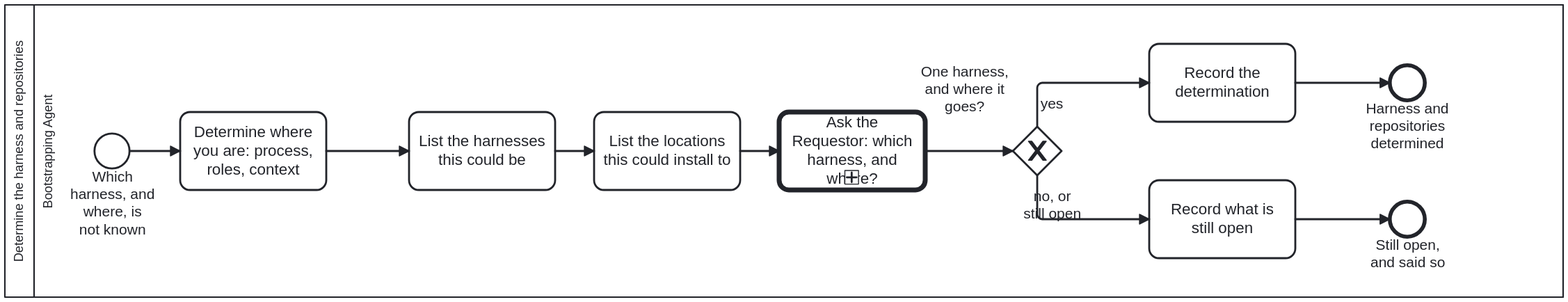
This is processes/discussion.svg from litlfred/bootstrap, a BPMN export, as it was before one commit. Its source is kept beside it as processes/discussion.bpmn. Ids are renumbered.
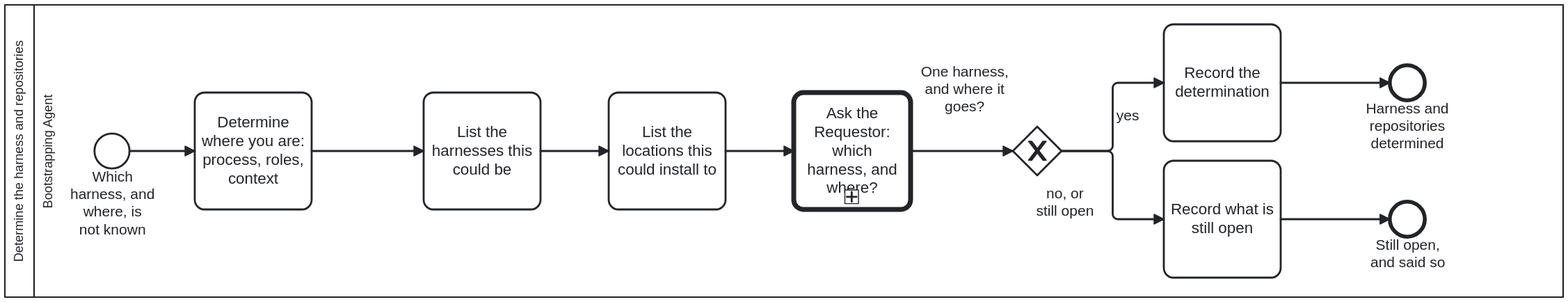
After the commit.

What changed in the source:
```diff
@@ -103,79 +103,82 @@
   <bpmndi:BPMNDiagram id="Diagram_Process_Discussion">
     <bpmndi:BPMNPlane id="Plane_Process_Discussion" bpmnElement="Collaboration_Process_Discussion">
       <bpmndi:BPMNShape id="Shape_Participant_Process_Discussion" bpmnElement="Participant_Process_Discussion" isHorizontal="true">
-        <dc:Bounds x="140" y="80" width="1600" height="300"/>
+        <dc:Bounds x="140" y="80" width="1600" height="300" />
       </bpmndi:BPMNShape>
       <bpmndi:BPMNShape id="Shape_Lane_BootstrappingAgent" bpmnElement="Lane_BootstrappingAgent" isHorizontal="true">
-        <dc:Bounds x="170" y="80" width="1570" height="300"/>
+        <dc:Bounds x="170" y="80" width="1570" height="300" />
       </bpmndi:BPMNShape>
       <bpmndi:BPMNShape id="Shape_Start_Discussion" bpmnElement="Start_Discussion">
-        <dc:Bounds x="232" y="212" width="36" height="36"/>
+        <dc:Bounds x="232" y="212" width="36" height="36" />
       </bpmndi:BPMNShape>
       <bpmndi:BPMNShape id="Shape_A_ListHarnesses" bpmnElement="A_ListHarnesses">
-        <dc:Bounds x="555" y="190" width="150" height="80"/>
+        <dc:Bounds x="570" y="170" width="120" height="120" />
       </bpmndi:BPMNShape>
       <bpmndi:BPMNShape id="Shape_A_ListLocations" bpmnElement="A_ListLocations">
-        <dc:Bounds x="745" y="190" width="150" height="80"/>
+        <dc:Bounds x="760" y="170" width="120" height="120" />
       </bpmndi:BPMNShape>
       <bpmndi:BPMNShape id="Shape_A_AskRequestor" bpmnElement="A_AskRequestor">
-        <dc:Bounds x="935" y="190" width="150" height="80"/>
+        <dc:Bounds x="950" y="170" width="120" height="120" />
       </bpmndi:BPMNShape>
       <bpmndi:BPMNShape id="Shape_G_Settled" bpmnElement="G_Settled" isMarkerVisible="true">
-        <dc:Bounds x="1175" y="205" width="50" height="50"/>
-        <bpmndi:BPMNLabel><dc:Bounds x="1070" y="140" width="110" height="40"/></bpmndi:BPMNLabel>
-      </bpmndi:BPMNShape>
+        <dc:Bounds x="1175" y="205" width="50" height="50" />
+
+      <bpmndi:BPMNLabel><dc:Bounds x="1070" y="140" width="110" height="40"/></bpmndi:BPMNLabel></bpmndi:BPMNShape>
       <bpmndi:BPMNShape id="Shape_A_RecordDetermination" bpmnElement="A_RecordDetermination">
-        <dc:Bounds x="1315" y="120" width="150" height="80"/>
+        <dc:Bounds x="1330" y="100" width="120" height="120" />
       </bpmndi:BPMNShape>
       <bpmndi:BPMNShape id="Shape_A_RecordUnsettled" bpmnElement="A_RecordUnsettled">
-        <dc:Bounds x="1315" y="260" width="150" height="80"/>
+        <dc:Bounds x="1330" y="240" width="120" height="120" />
       </bpmndi:BPMNShape>
       <bpmndi:BPMNShape id="Shape_End_Settled" bpmnElement="End_Settled">
-        <dc:Bounds x="1562" y="142" width="36" height="36"/>
+        <dc:Bounds x="1562" y="142" width="36" height="36" />
       </bpmndi:BPMNShape>
       <bpmndi:BPMNShape id="Shape_End_Unsettled" bpmnElement="End_Unsettled">
-        <dc:Bounds x="1562" y="282" width="36" height="36"/>
+        <dc:Bounds x="1562" y="282" width="36" height="36" />
       </bpmndi:BPMNShape>
       <bpmndi:BPMNShape id="Shape_A_DetermineWhere" bpmnElement="A_DetermineWhere">
-        <dc:Bounds x="320" y="190" width="150" height="80"/>
+        <dc:Bounds x="335" y="170" width="120" height="120" />
       </bpmndi:BPMNShape>
       <bpmndi:BPMNEdge id="Edge_Flow_Start_Where" bpmnElement="Flow_Start_Where">
-        <di:waypoint x="268" y="230"/>
-        <di:waypoint x="320" y="230"/>
+        <di:waypoint x="268" y="230" />
+        <di:waypoint x="335" y="230" />
       </bpmndi:BPMNEdge>
       <bpmndi:BPMNEdge id="Edge_Flow_Where_Harnesses" bpmnElement="Flow_Where_Harnesses">
-        <di:waypoint x="470" y="230"/>
-        <di:waypoint x="555" y="230"/>
+        <di:waypoint x="455" y="230" />
+        <di:waypoint x="570" y="230" />
       </bpmndi:BPMNEdge>
       <bpmndi:BPMNEdge id="Edge_Flow_Harnesses_Locations" bpmnElement="Flow_Harnesses_Locations">
-        <di:waypoint x="705" y="230"/>
-        <di:waypoint x="745" y="230"/>
+        <di:waypoint x="690" y="230" />
+        <di:waypoint x="760" y="230" />
       </bpmndi:BPMNEdge>
       <bpmndi:BPMNEdge id="Edge_Flow_Locations_Ask" bpmnElement="Flow_Locations_Ask">
-        <di:waypoint x="895" y="230"/>
-        <di:waypoint x="935" y="230"/>
+        <di:waypoint x="880" y="230" />
+        <di:waypoint x="950" y="230" />
       </bpmndi:BPMNEdge>
       <bpmndi:BPMNEdge id="Edge_Flow_Ask_Gate" bpmnElement="Flow_Ask_Gate">
-        <di:waypoint x="1085" y="230"/>
-        <di:waypoint x="1175" y="230"/>
+        <di:waypoint x="1070" y="230" />
+        <di:waypoint x="1175" y="230" />
       </bpmndi:BPMNEdge>
       <bpmndi:BPMNEdge id="Edge_Flow_Settled_Yes" bpmnElement="Flow_Settled_Yes">
-        <di:waypoint x="1200" y="205"/>
-        <di:waypoint x="1200" y="160"/>
-        <di:waypoint x="1315" y="160"/>
+        <di:waypoint x="1225" y="230" />
+        <di:waypoint x="1277.5" y="230" />
+        <di:waypoint x="1277.5" y="160" />
+        <di:waypoint x="1330" y="160" />
       </bpmndi:BPMNEdge>
       <bpmndi:BPMNEdge id="Edge_Flow_Settled_No" bpmnElement="Flow_Settled_No">
-        <di:waypoint x="1200" y="255"/>
-        <di:waypoint x="1200" y="300"/>
-        <di:waypoint x="1315" y="300"/>
+        <di:waypoint x="1225" y="230" />
+        <di:waypoint x="1277.5" y="230" />
+        <di:waypoint x="1277.5" y="300" />
+        <di:waypoint x="1330" y="300" />
+        <bpmndi:BPMNLabel><dc:Bounds x="1183.5" y="264.5" width="90" height="36" /></bpmndi:BPMNLabel>
       </bpmndi:BPMNEdge>
       <bpmndi:BPMNEdge id="Edge_Flow_Record_End" bpmnElement="Flow_Record_End">
-        <di:waypoint x="1465" y="160"/>
-        <di:waypoint x="1562" y="160"/>
+        <di:waypoint x="1450" y="160" />
+        <di:waypoint x="1562" y="160" />
       </bpmndi:BPMNEdge>
       <bpmndi:BPMNEdge id="Edge_Flow_Unsettled_End" bpmnElement="Flow_Unsettled_End">
-        <di:waypoint x="1465" y="300"/>
-        <di:waypoint x="1562" y="300"/>
+        <di:waypoint x="1450" y="300" />
+        <di:waypoint x="1562" y="300" />
       </bpmndi:BPMNEdge>
     </bpmndi:BPMNPlane>
   </bpmndi:BPMNDiagram>
```
